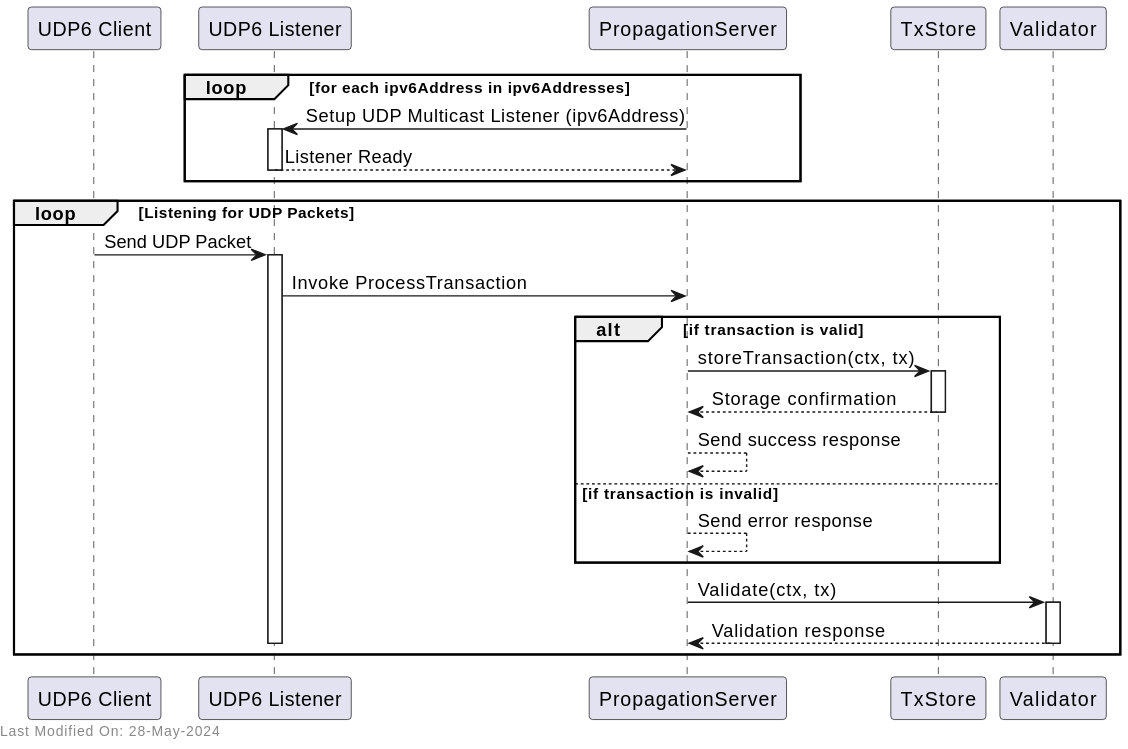
This is docs/services/img/plantuml/propagation/propagation_udp_ipv6.svg from freemans13/teranode, a PlantUML export, as it was before one commit.
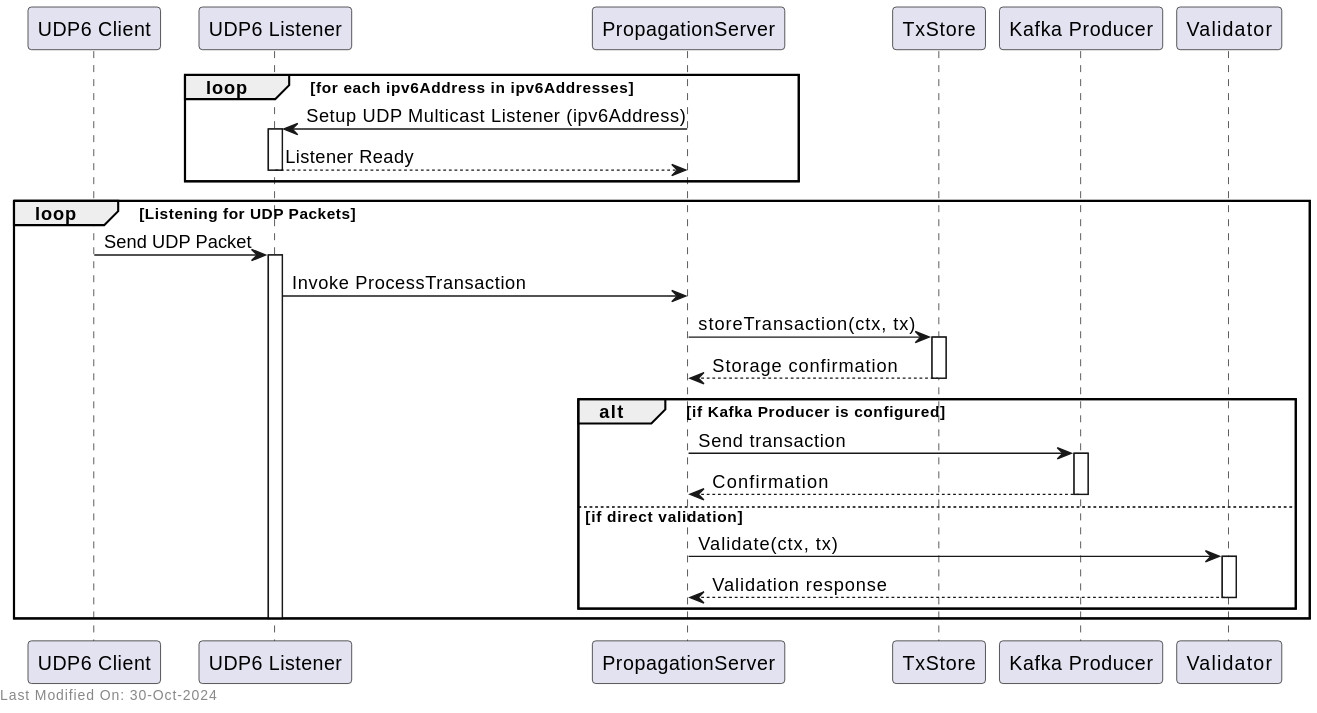
The same diagram one commit later.

Commit message:
Documentation - restructure Propagation Service documentation for better separation of design and reference documents #1393

The edit, as a diff of the source:
```diff
@@ -1,8 +1,10 @@
 @startuml
 participant "UDP6 Client" as Client
 participant "UDP6 Listener" as UDPListener
-
 participant "PropagationServer" as PropagationServer
+participant "TxStore" as TxStore
+participant "Kafka Producer" as KafkaProducer
+participant "Validator" as Validator
 
 loop for each ipv6Address in ipv6Addresses
     PropagationServer -> UDPListener: Setup UDP Multicast Listener (ipv6Address)
@@ -16,24 +18,25 @@
     activate UDPListener
     UDPListener -> PropagationServer: Invoke ProcessTransaction
 
-    alt if transaction is valid
-        PropagationServer -> TxStore: storeTransaction(ctx, tx)
-        activate TxStore
-        TxStore --> PropagationServer: Storage confirmation
-        deactivate TxStore
-        PropagationServer --> PropagationServer: Send success response
-    else if transaction is invalid
-        PropagationServer --> PropagationServer: Send error response
+    PropagationServer -> TxStore: storeTransaction(ctx, tx)
+    activate TxStore
+    TxStore --> PropagationServer: Storage confirmation
+    deactivate TxStore
+
+    alt if Kafka Producer is configured
+        PropagationServer -> KafkaProducer: Send transaction
+        activate KafkaProducer
+        KafkaProducer --> PropagationServer: Confirmation
+        deactivate KafkaProducer
+    else if direct validation
+        PropagationServer -> Validator: Validate(ctx, tx)
+        activate Validator
+        Validator --> PropagationServer: Validation response
+        deactivate Validator
     end
-
-
-    PropagationServer -> Validator: Validate(ctx, tx)
-    activate Validator
-    Validator --> PropagationServer: Validation response
-    deactivate Validator
 
     deactivate UDPListener
 end
 
-left footer Last Modified On: 28-May-2024
+left footer Last Modified On: %date("dd-MMM-yyyy")
 @enduml
```
